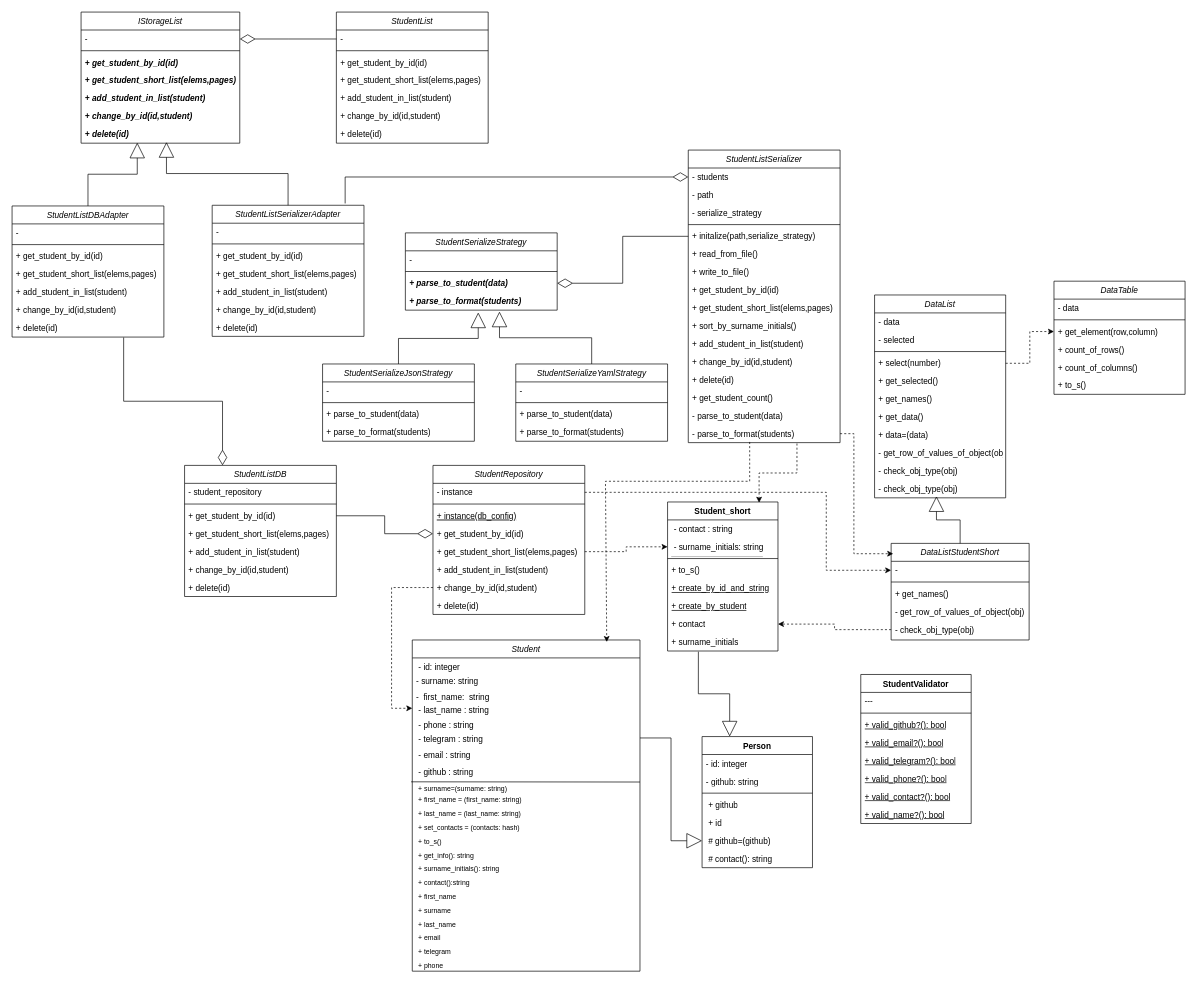
Earlier version of the draw.io diagram drawio/all_classes_lab4.drawio (Heisenbq/Software-design-patterns). Source tidied: cells renumbered, new cells numbered last; positions are measured from the earlier drawing's top-left corner, leaving out a move shared by most shapes. Both pictures are drawn from the tidied source at 69%, with x=0, y=0 at pixel (12, 12).
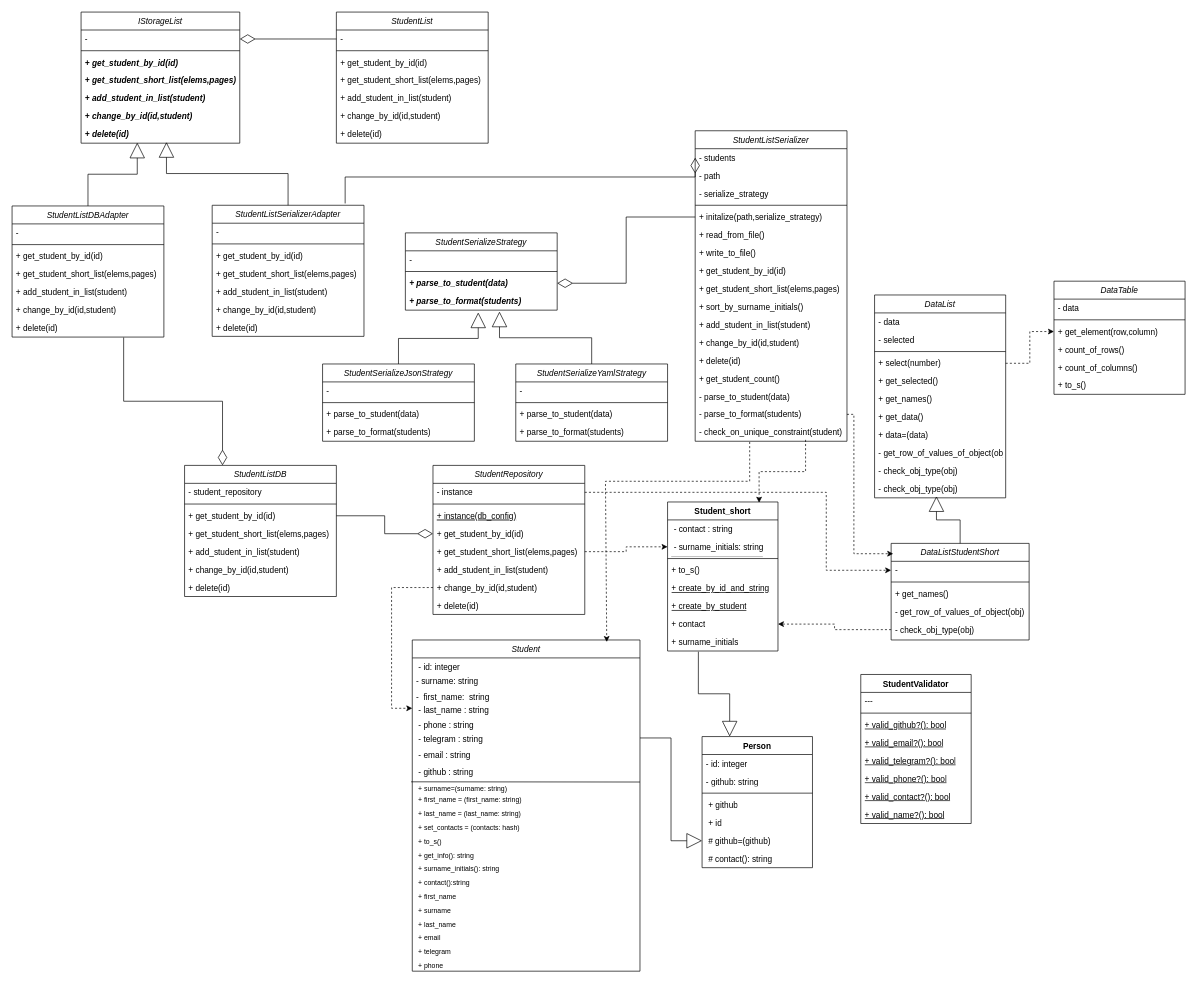
The same page after the edit.

Commit message (it also covers changes not shown here):
4 diagramm classes

Unchanged cells that the change refers to:
```xml
<mxCell id="36" value="- parse_to_format(students)" style="text;align=left;verticalAlign=top;spacingLeft=4;spacingRight=4;overflow=hidden;points=[[0,0.5],[1,0.5]];portConstraint=eastwest;" parent="20" vertex="1">
  <mxGeometry y="398" width="220" height="26" as="geometry" />
</mxCell>
<mxCell id="101" value="Student_short" style="swimlane;fontStyle=1;align=center;verticalAlign=top;horizontal=1;startSize=26;whiteSpace=wrap;html=1;" parent="1" vertex="1">
  <mxGeometry x="950" y="710" width="160" height="216" as="geometry" />
</mxCell>
```

The edit, as a diff of the source:
```diff
@@
     <mxCell id="20" value="StudentListSerializer" style="swimlane;fontStyle=2;align=center;verticalAlign=top;horizontal=1;startSize=26;rounded=0;shadow=0;strokeWidth=1;" parent="1" vertex="1">
-      <mxGeometry x="980" y="200" width="220" height="424" as="geometry" />
+      <mxGeometry x="990" y="172" width="220" height="450" as="geometry" />
     </mxCell>
@@
+    <mxCell id="178" value="- check_on_unique_constraint(student)" style="text;align=left;verticalAlign=top;spacingLeft=4;spacingRight=4;overflow=hidden;" parent="20" vertex="1">
+      <mxGeometry y="424" width="220" height="26" as="geometry" />
+    </mxCell>
@@
-    <mxCell id="139" style="endArrow=classic;html=1;rounded=0;dashed=1;entryX=0.829;entryY=0.005;entryDx=0;entryDy=0;exitX=0.716;exitY=1.049;exitDx=0;exitDy=0;edgeStyle=elbowEdgeStyle;exitPerimeter=0;elbow=vertical;entryPerimeter=0;" parent="1" edge="1" source="36" target="101">
-      <mxGeometry relative="1" as="geometry" />
+    <mxCell id="139" style="endArrow=classic;html=1;rounded=0;dashed=1;entryX=0.829;entryY=0.005;entryDx=0;entryDy=0;edgeStyle=elbowEdgeStyle;elbow=vertical;entryPerimeter=0;" parent="1" edge="1" target="101">
+      <mxGeometry relative="1" as="geometry">
+        <mxPoint x="1150" y="620" as="sourcePoint" />
+      </mxGeometry>
     </mxCell>
```
